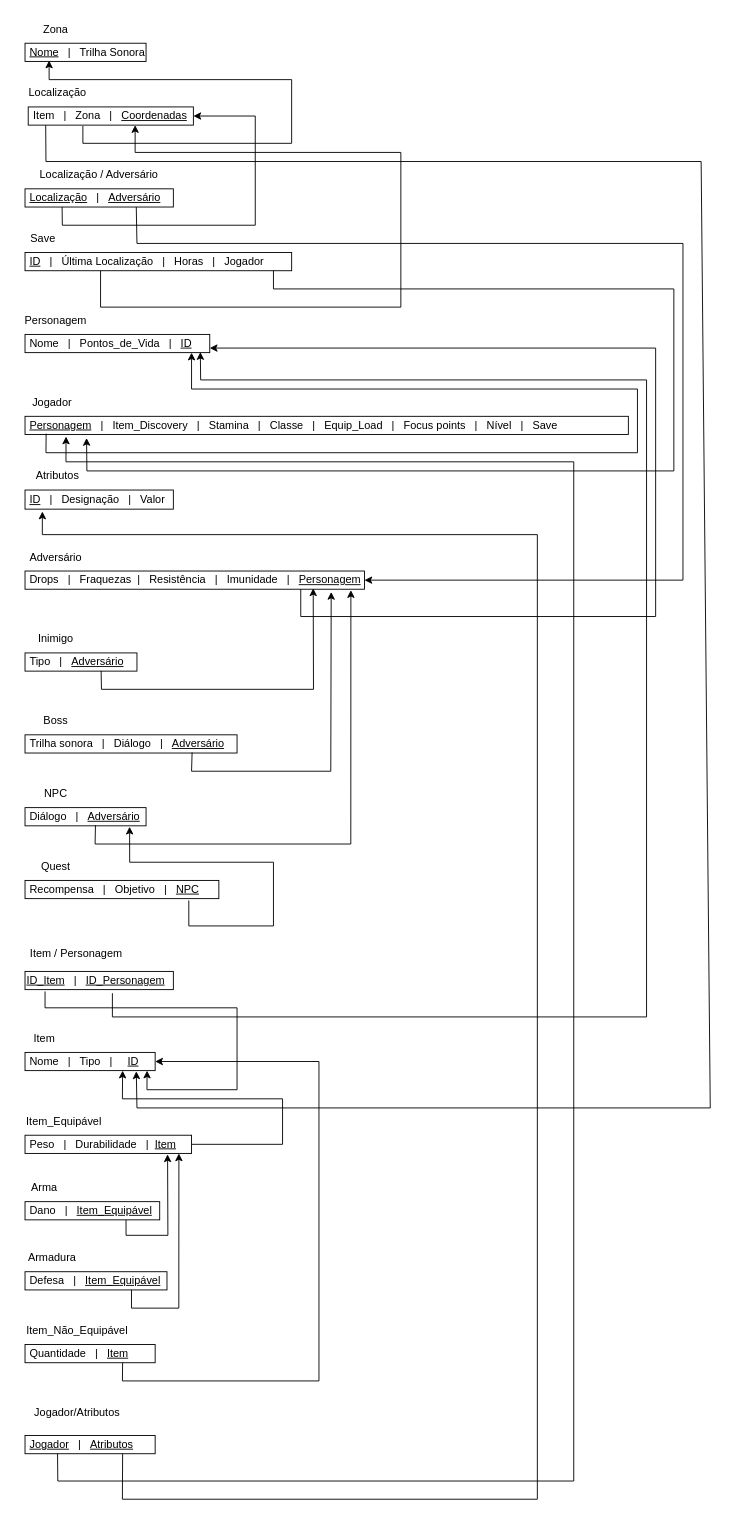
Above: ds3er.drawio in JoaoRodri19/BD (draw.io), before the change. Source tidied: cells renumbered, new cells numbered last; positions are measured from the earlier drawing's top-left corner, leaving out a move shared by most shapes. Both pictures are drawn from the tidied source at 91%, with x=0, y=0 at pixel (15, 15).
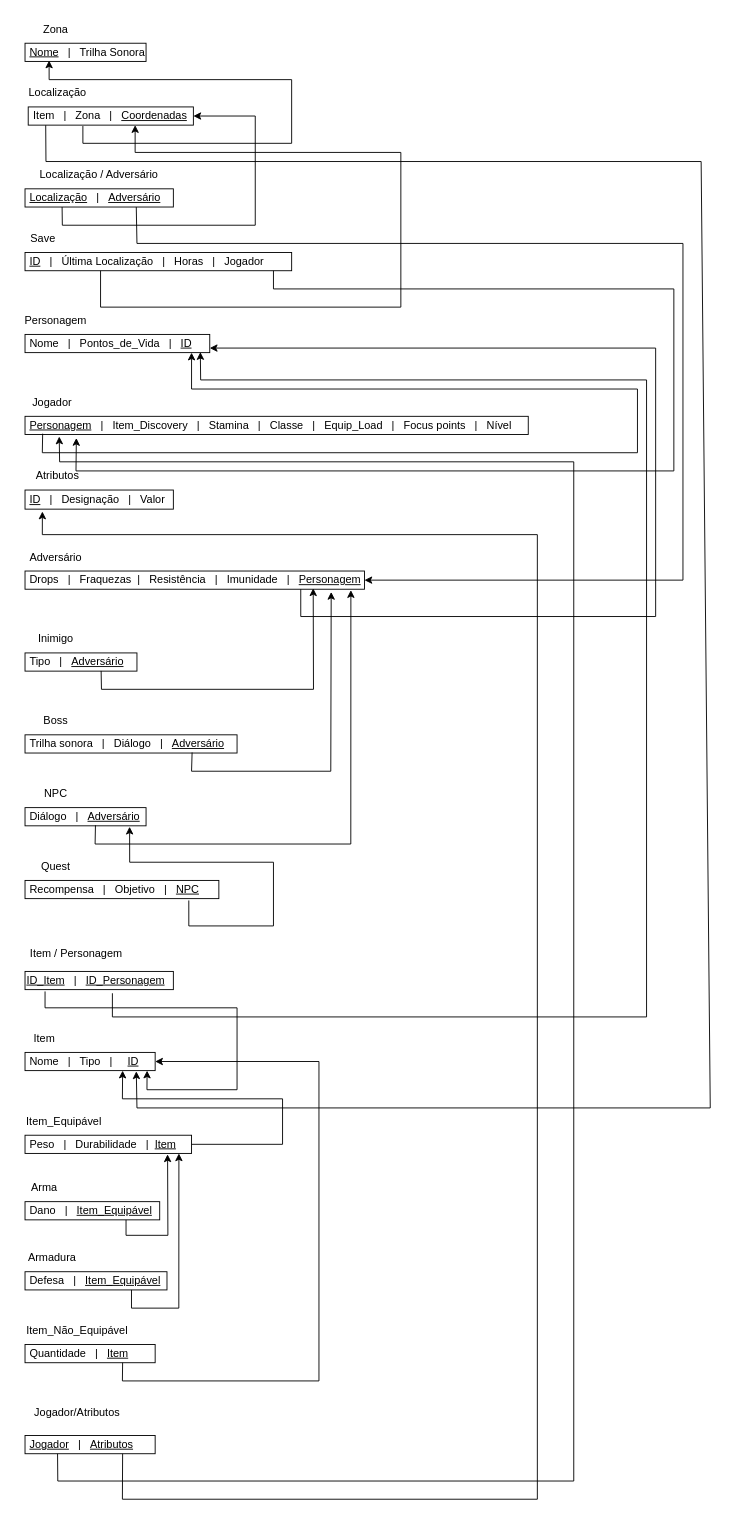
The same diagram, later.

Unchanged cells that the change refers to:
```xml
<mxCell id="56" value="&amp;nbsp;&lt;u&gt;Jogador&lt;/u&gt;&amp;nbsp; &amp;nbsp;|&amp;nbsp; &amp;nbsp;&lt;u&gt;Atributos&lt;/u&gt;" style="rounded=0;whiteSpace=wrap;html=1;align=left;" parent="1" vertex="1">
  <mxGeometry x="10" y="1560" width="143" height="20" as="geometry" />
</mxCell>
```

Change to the diagram source:
```diff
@@
-    <mxCell id="8" value="&lt;span style=&quot;border-color: var(--border-color);&quot;&gt;&amp;nbsp;&lt;/span&gt;&lt;u style=&quot;border-color: var(--border-color);&quot;&gt;Personagem&lt;/u&gt;&lt;span style=&quot;border-color: var(--border-color);&quot;&gt;&amp;nbsp; &amp;nbsp;|&amp;nbsp; &amp;nbsp;&lt;/span&gt;Item_Discovery&amp;nbsp; &amp;nbsp;|&amp;nbsp; &amp;nbsp;Stamina&amp;nbsp; &amp;nbsp;|&amp;nbsp; &amp;nbsp;Classe&amp;nbsp; &amp;nbsp;|&amp;nbsp; &amp;nbsp;Equip_Load&amp;nbsp; &amp;nbsp;|&amp;nbsp; &amp;nbsp;Focus points&amp;nbsp; &amp;nbsp;|&amp;nbsp; &amp;nbsp;Nível&amp;nbsp; &amp;nbsp;|&amp;nbsp; &amp;nbsp;Save" style="rounded=0;whiteSpace=wrap;html=1;align=left;" parent="1" vertex="1">
-      <mxGeometry x="10" y="440" width="663" height="20" as="geometry" />
+    <mxCell id="8" value="&lt;span style=&quot;border-color: var(--border-color);&quot;&gt;&amp;nbsp;&lt;/span&gt;&lt;u style=&quot;border-color: var(--border-color);&quot;&gt;Personagem&lt;/u&gt;&lt;span style=&quot;border-color: var(--border-color);&quot;&gt;&amp;nbsp; &amp;nbsp;|&amp;nbsp; &amp;nbsp;&lt;/span&gt;Item_Discovery&amp;nbsp; &amp;nbsp;|&amp;nbsp; &amp;nbsp;Stamina&amp;nbsp; &amp;nbsp;|&amp;nbsp; &amp;nbsp;Classe&amp;nbsp; &amp;nbsp;|&amp;nbsp; &amp;nbsp;Equip_Load&amp;nbsp; &amp;nbsp;|&amp;nbsp; &amp;nbsp;Focus points&amp;nbsp; &amp;nbsp;|&amp;nbsp; &amp;nbsp;Nível" style="rounded=0;whiteSpace=wrap;html=1;align=left;" parent="1" vertex="1">
+      <mxGeometry x="10" y="440" width="553" height="20" as="geometry" />
     </mxCell>
@@
     <mxCell id="44" style="endArrow=classic;html=1;rounded=0;exitX=0.035;exitY=0.954;exitDx=0;exitDy=0;exitPerimeter=0;" parent="1" edge="1" source="8">
       <mxGeometry relative="1" as="geometry">
         <mxPoint x="193" y="370" as="targetPoint" />
         <Array as="points">
-          <mxPoint x="33" y="480" />
+          <mxPoint x="29" y="480" />
           <mxPoint x="683" y="480" />
           <mxPoint x="683" y="410" />
           <mxPoint x="193" y="410" />
         </Array>
       </mxGeometry>
     </mxCell>
@@
     <mxCell id="55" style="endArrow=classic;html=1;rounded=0;entryX=0.102;entryY=1.192;entryDx=0;entryDy=0;entryPerimeter=0;" parent="1" edge="1" target="8">
       <mxGeometry relative="1" as="geometry">
         <mxPoint x="283" y="280" as="sourcePoint" />
         <Array as="points">
           <mxPoint x="283" y="300" />
           <mxPoint x="723" y="300" />
           <mxPoint x="723" y="500" />
-          <mxPoint x="78" y="500" />
+          <mxPoint x="66" y="500" />
         </Array>
       </mxGeometry>
     </mxCell>
@@
     <mxCell id="58" style="endArrow=classic;html=1;rounded=0;entryX=0.068;entryY=1.11;entryDx=0;entryDy=0;entryPerimeter=0;exitX=0.25;exitY=1;exitDx=0;exitDy=0;" parent="1" edge="1" source="56" target="8">
       <mxGeometry relative="1" as="geometry">
         <Array as="points">
           <mxPoint x="46" y="1610" />
           <mxPoint x="613" y="1610" />
           <mxPoint x="613" y="490" />
-          <mxPoint x="55" y="490" />
+          <mxPoint x="48" y="490" />
         </Array>
       </mxGeometry>
     </mxCell>
```
